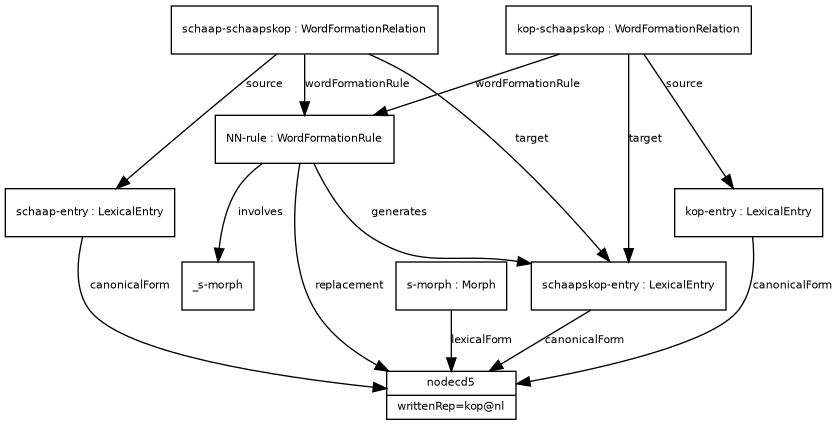
Earlier version of the Graphviz export examples/example_21.png (ontolex/morph). Its source is kept beside it as examples/example_21.dot.
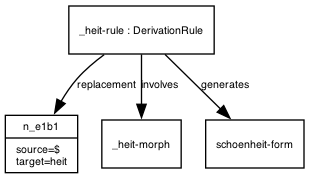
The same file after the commit.

Diff of the diagram source:
```diff
@@ -13,30 +13,11 @@
       fontsize = 8
     ]
 
-nodecd5 [ label="{nodecd5|writtenRep=schaap@nl}" ]
-schaapentry -> nodecd5 [ label="canonicalForm" ]
-schaapentry [ label="{schaap-entry : LexicalEntry}" ]
-schaapschaapskop -> schaapentry [ label="source" ]
-nodecd5 [ label="{nodecd5|writtenRep=schaapskop@nl}" ]
-schaapskopentry -> nodecd5 [ label="canonicalForm" ]
-schaapskopentry [ label="{schaapskop-entry : LexicalEntry}" ]
-schaapschaapskop -> schaapskopentry [ label="target" ]
-nodecd5 [ label="{nodecd5}" ]
-NNrule -> nodecd5 [ label="replacement" ]
-_smorph [ label="{_s-morph}" ]
-NNrule -> _smorph [ label="involves" ]
-NNrule -> schaapskopentry [ label="generates" ]
-NNrule [ label="{NN-rule : WordFormationRule}" ]
-schaapschaapskop -> NNrule [ label="wordFormationRule" ]
-schaapschaapskop [ label="{schaap-schaapskop : WordFormationRelation}" ]
-nodecd5 [ label="{nodecd5|writtenRep=-s@nl}" ]
-smorph -> nodecd5 [ label="lexicalForm" ]
-smorph [ label="{s-morph : Morph}" ]
-nodecd5 [ label="{nodecd5|writtenRep=kop@nl}" ]
-kopentry -> nodecd5 [ label="canonicalForm" ]
-kopentry [ label="{kop-entry : LexicalEntry}" ]
-kopschaapskop -> kopentry [ label="source" ]
-kopschaapskop -> schaapskopentry [ label="target" ]
-kopschaapskop -> NNrule [ label="wordFormationRule" ]
-kopschaapskop [ label="{kop-schaapskop : WordFormationRelation}" ]
+n_e1b1 [ label="{n_e1b1|source=$\ltarget=heit}" ]
+_heitrule -> n_e1b1 [ label="replacement" ]
+_heitmorph [ label="{_heit-morph}" ]
+_heitrule -> _heitmorph [ label="involves" ]
+schoenheitform [ label="{schoenheit-form}" ]
+_heitrule -> schoenheitform [ label="generates" ]
+_heitrule [ label="{_heit-rule : DerivationRule}" ]
 }
```
